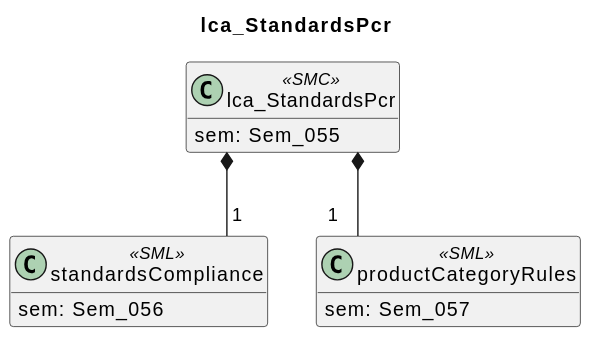
Leeeks/aas-epd-type-iii-submodel keeps this PlantUML diagram as docs/model/sections/lca_StandardsPcr.svg. Above is the earlier version.
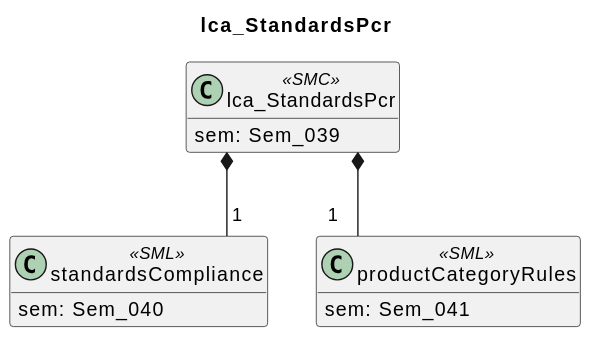
Above is the later version.

Diff of the diagram source:
```diff
@@ -5,13 +5,13 @@
 hide empty members
 
 class lca_StandardsPcr <<SMC>> {
-  sem: Sem_055
+  sem: Sem_039
 }
 class standardsCompliance <<SML>> {
-  sem: Sem_056
+  sem: Sem_040
 }
 class productCategoryRules <<SML>> {
-  sem: Sem_057
+  sem: Sem_041
 }
 
 lca_StandardsPcr *-- "1" standardsCompliance
```
